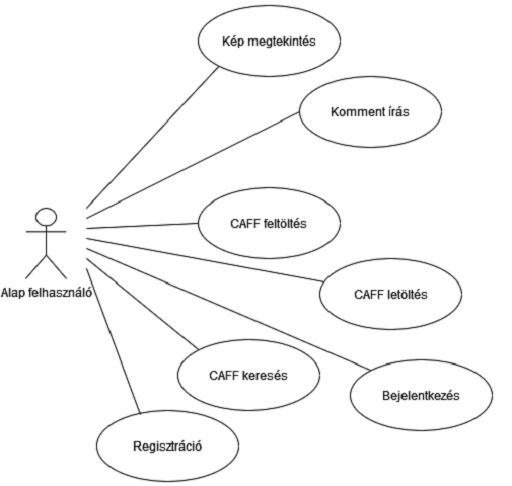
Earlier version of the draw.io export Pictures/BaseUserUseCase.png (Patrickito/TeamF). Source tidied: cells renumbered, new cells last; positions are measured from the earlier drawing's top-left corner, leaving out a move shared by most shapes. The source it was exported from:
```xml
<mxGraphModel>
  <root>
    <mxCell id="0" />
    <mxCell id="1" parent="0" />
    <mxCell id="2" value="Alap felhasználó" style="shape=umlActor;verticalLabelPosition=bottom;verticalAlign=top;html=1;" parent="1" vertex="1">
      <mxGeometry y="200" width="40" height="70" as="geometry" />
    </mxCell>
    <mxCell id="3" value="Kép megtekintés" style="ellipse;whiteSpace=wrap;html=1;" parent="1" vertex="1">
      <mxGeometry x="170" width="140" height="70" as="geometry" />
    </mxCell>
    <mxCell id="4" value="Komment írás" style="ellipse;whiteSpace=wrap;html=1;" parent="1" vertex="1">
      <mxGeometry x="270" y="70" width="140" height="70" as="geometry" />
    </mxCell>
    <mxCell id="5" value="CAFF feltöltés" style="ellipse;whiteSpace=wrap;html=1;" parent="1" vertex="1">
      <mxGeometry x="170" y="180" width="140" height="70" as="geometry" />
    </mxCell>
    <mxCell id="6" value="CAFF letöltés" style="ellipse;whiteSpace=wrap;html=1;" parent="1" vertex="1">
      <mxGeometry x="290" y="250" width="140" height="70" as="geometry" />
    </mxCell>
    <mxCell id="7" value="CAFF keresés" style="ellipse;whiteSpace=wrap;html=1;" parent="1" vertex="1">
      <mxGeometry x="150" y="330" width="140" height="70" as="geometry" />
    </mxCell>
    <mxCell id="8" value="Bejelentkezés" style="ellipse;whiteSpace=wrap;html=1;" parent="1" vertex="1">
      <mxGeometry x="320" y="350" width="140" height="70" as="geometry" />
    </mxCell>
    <mxCell id="9" value="Regisztráció" style="ellipse;whiteSpace=wrap;html=1;" parent="1" vertex="1">
      <mxGeometry x="70" y="400" width="140" height="70" as="geometry" />
    </mxCell>
    <mxCell id="10" style="endArrow=none;html=1;rounded=0;exitX=0;exitY=1;exitDx=0;exitDy=0;" parent="1" edge="1" source="3">
      <mxGeometry relative="1" as="geometry">
        <mxPoint x="60" y="200" as="targetPoint" />
      </mxGeometry>
    </mxCell>
    <mxCell id="11" style="endArrow=none;html=1;rounded=0;exitX=0;exitY=0.5;exitDx=0;exitDy=0;" parent="1" edge="1" source="4">
      <mxGeometry relative="1" as="geometry">
        <mxPoint x="60" y="210" as="targetPoint" />
      </mxGeometry>
    </mxCell>
    <mxCell id="12" style="endArrow=none;html=1;rounded=0;exitX=0;exitY=0.5;exitDx=0;exitDy=0;" parent="1" edge="1" source="5">
      <mxGeometry relative="1" as="geometry">
        <mxPoint x="60" y="220" as="targetPoint" />
      </mxGeometry>
    </mxCell>
    <mxCell id="13" style="endArrow=none;html=1;rounded=0;" parent="1" edge="1" source="6">
      <mxGeometry relative="1" as="geometry">
        <mxPoint x="60" y="230" as="targetPoint" />
      </mxGeometry>
    </mxCell>
    <mxCell id="14" style="endArrow=none;html=1;rounded=0;exitX=0;exitY=0;exitDx=0;exitDy=0;" parent="1" edge="1" source="8">
      <mxGeometry relative="1" as="geometry">
        <mxPoint x="60" y="240" as="targetPoint" />
        <Array as="points">
          <mxPoint x="200" y="300" />
        </Array>
      </mxGeometry>
    </mxCell>
    <mxCell id="15" style="endArrow=none;html=1;rounded=0;exitX=0;exitY=0;exitDx=0;exitDy=0;" parent="1" edge="1" source="7">
      <mxGeometry relative="1" as="geometry">
        <mxPoint x="60" y="250" as="targetPoint" />
      </mxGeometry>
    </mxCell>
    <mxCell id="16" style="endArrow=none;html=1;rounded=0;exitX=0.307;exitY=0.057;exitDx=0;exitDy=0;exitPerimeter=0;" parent="1" edge="1" source="9">
      <mxGeometry relative="1" as="geometry">
        <mxPoint x="60" y="260" as="targetPoint" />
      </mxGeometry>
    </mxCell>
  </root>
</mxGraphModel>
```
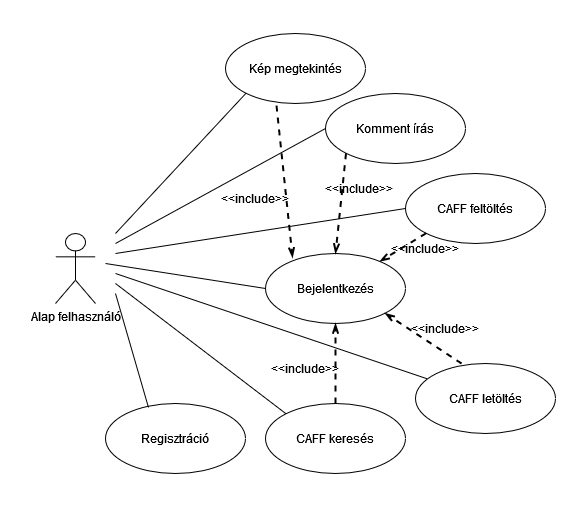
The same diagram one commit later.

Commit message:
fixing diagram placement

Change to the diagram source:
```diff
@@ -9,22 +9,22 @@
       <mxGeometry x="170" width="140" height="70" as="geometry" />
     </mxCell>
     <mxCell id="4" value="Komment írás" style="ellipse;whiteSpace=wrap;html=1;" parent="1" vertex="1">
-      <mxGeometry x="270" y="70" width="140" height="70" as="geometry" />
+      <mxGeometry x="270" y="60" width="140" height="70" as="geometry" />
     </mxCell>
     <mxCell id="5" value="CAFF feltöltés" style="ellipse;whiteSpace=wrap;html=1;" parent="1" vertex="1">
-      <mxGeometry x="170" y="180" width="140" height="70" as="geometry" />
+      <mxGeometry x="350" y="140" width="140" height="70" as="geometry" />
     </mxCell>
     <mxCell id="6" value="CAFF letöltés" style="ellipse;whiteSpace=wrap;html=1;" parent="1" vertex="1">
-      <mxGeometry x="290" y="250" width="140" height="70" as="geometry" />
+      <mxGeometry x="360" y="330" width="140" height="70" as="geometry" />
     </mxCell>
     <mxCell id="7" value="CAFF keresés" style="ellipse;whiteSpace=wrap;html=1;" parent="1" vertex="1">
-      <mxGeometry x="150" y="330" width="140" height="70" as="geometry" />
+      <mxGeometry x="210" y="370" width="140" height="70" as="geometry" />
     </mxCell>
     <mxCell id="8" value="Bejelentkezés" style="ellipse;whiteSpace=wrap;html=1;" parent="1" vertex="1">
-      <mxGeometry x="320" y="350" width="140" height="70" as="geometry" />
+      <mxGeometry x="210" y="220" width="140" height="70" as="geometry" />
     </mxCell>
     <mxCell id="9" value="Regisztráció" style="ellipse;whiteSpace=wrap;html=1;" parent="1" vertex="1">
-      <mxGeometry x="70" y="400" width="140" height="70" as="geometry" />
+      <mxGeometry x="50" y="370" width="140" height="70" as="geometry" />
     </mxCell>
     <mxCell id="10" style="endArrow=none;html=1;rounded=0;exitX=0;exitY=1;exitDx=0;exitDy=0;" parent="1" edge="1" source="3">
       <mxGeometry relative="1" as="geometry">
@@ -43,17 +43,9 @@
     </mxCell>
     <mxCell id="13" style="endArrow=none;html=1;rounded=0;" parent="1" edge="1" source="6">
       <mxGeometry relative="1" as="geometry">
-        <mxPoint x="60" y="230" as="targetPoint" />
+        <mxPoint x="60" y="240" as="targetPoint" />
       </mxGeometry>
     </mxCell>
-    <mxCell id="14" style="endArrow=none;html=1;rounded=0;exitX=0;exitY=0;exitDx=0;exitDy=0;" parent="1" edge="1" source="8">
-      <mxGeometry relative="1" as="geometry">
-        <mxPoint x="60" y="240" as="targetPoint" />
-        <Array as="points">
-          <mxPoint x="200" y="300" />
-        </Array>
-      </mxGeometry>
-    </mxCell>
     <mxCell id="15" style="endArrow=none;html=1;rounded=0;exitX=0;exitY=0;exitDx=0;exitDy=0;" parent="1" edge="1" source="7">
       <mxGeometry relative="1" as="geometry">
         <mxPoint x="60" y="250" as="targetPoint" />
@@ -64,5 +56,40 @@
         <mxPoint x="60" y="260" as="targetPoint" />
       </mxGeometry>
     </mxCell>
+    <mxCell id="17" style="endArrow=none;html=1;rounded=0;exitX=0;exitY=0.5;exitDx=0;exitDy=0;" parent="1" edge="1" source="8">
+      <mxGeometry relative="1" as="geometry">
+        <mxPoint x="50" y="230" as="targetPoint" />
+      </mxGeometry>
+    </mxCell>
+    <mxCell id="18" style="endArrow=openThin;dashed=1;html=1;strokeWidth=2;rounded=0;exitX=0.329;exitY=0;exitDx=0;exitDy=0;exitPerimeter=0;entryX=1;entryY=1;entryDx=0;entryDy=0;endFill=0;" parent="1" edge="1" source="6" target="8">
+      <mxGeometry relative="1" as="geometry" />
+    </mxCell>
+    <mxCell id="19" value="&amp;lt;&amp;lt;include&amp;gt;&amp;gt;" style="text;html=1;strokeColor=none;fillColor=none;align=center;verticalAlign=middle;whiteSpace=wrap;rounded=0;" parent="1" vertex="1">
+      <mxGeometry x="360" y="280" width="60" height="30" as="geometry" />
+    </mxCell>
+    <mxCell id="20" style="endArrow=openThin;dashed=1;html=1;strokeWidth=2;rounded=0;exitX=0;exitY=1;exitDx=0;exitDy=0;endFill=0;" parent="1" edge="1" source="5" target="8">
+      <mxGeometry relative="1" as="geometry" />
+    </mxCell>
+    <mxCell id="21" style="endArrow=openThin;dashed=1;html=1;strokeWidth=2;rounded=0;exitX=0;exitY=1;exitDx=0;exitDy=0;endFill=0;entryX=0.5;entryY=0;entryDx=0;entryDy=0;" parent="1" edge="1" source="4" target="8">
+      <mxGeometry relative="1" as="geometry" />
+    </mxCell>
+    <mxCell id="22" style="endArrow=openThin;dashed=1;html=1;strokeWidth=2;rounded=0;exitX=0.364;exitY=1.029;exitDx=0;exitDy=0;endFill=0;exitPerimeter=0;entryX=0.193;entryY=0.057;entryDx=0;entryDy=0;entryPerimeter=0;" parent="1" edge="1" source="3" target="8">
+      <mxGeometry relative="1" as="geometry" />
+    </mxCell>
+    <mxCell id="23" style="endArrow=openThin;dashed=1;html=1;strokeWidth=2;rounded=0;exitX=0.5;exitY=0;exitDx=0;exitDy=0;endFill=0;entryX=0.5;entryY=1;entryDx=0;entryDy=0;" parent="1" edge="1" source="7" target="8">
+      <mxGeometry relative="1" as="geometry" />
+    </mxCell>
+    <mxCell id="24" value="&amp;lt;&amp;lt;include&amp;gt;&amp;gt;" style="text;html=1;strokeColor=none;fillColor=none;align=center;verticalAlign=middle;whiteSpace=wrap;rounded=0;" parent="1" vertex="1">
+      <mxGeometry x="220" y="320" width="60" height="30" as="geometry" />
+    </mxCell>
+    <mxCell id="25" value="&amp;lt;&amp;lt;include&amp;gt;&amp;gt;" style="text;html=1;strokeColor=none;fillColor=none;align=center;verticalAlign=middle;whiteSpace=wrap;rounded=0;" parent="1" vertex="1">
+      <mxGeometry x="340" y="200" width="60" height="30" as="geometry" />
+    </mxCell>
+    <mxCell id="26" value="&amp;lt;&amp;lt;include&amp;gt;&amp;gt;" style="text;html=1;strokeColor=none;fillColor=none;align=center;verticalAlign=middle;whiteSpace=wrap;rounded=0;" parent="1" vertex="1">
+      <mxGeometry x="274" y="140" width="60" height="30" as="geometry" />
+    </mxCell>
+    <mxCell id="27" value="&amp;lt;&amp;lt;include&amp;gt;&amp;gt;" style="text;html=1;strokeColor=none;fillColor=none;align=center;verticalAlign=middle;whiteSpace=wrap;rounded=0;" parent="1" vertex="1">
+      <mxGeometry x="170" y="150" width="60" height="30" as="geometry" />
+    </mxCell>
   </root>
 </mxGraphModel>
```
